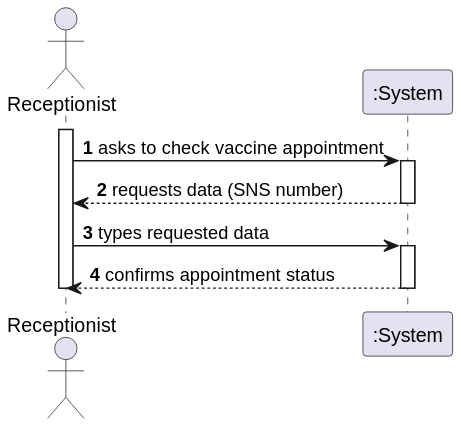
The PlantUML diagram docs/SprintC/US004/US004_SSD.svg in osnilas/SNSsystem, before a commit.
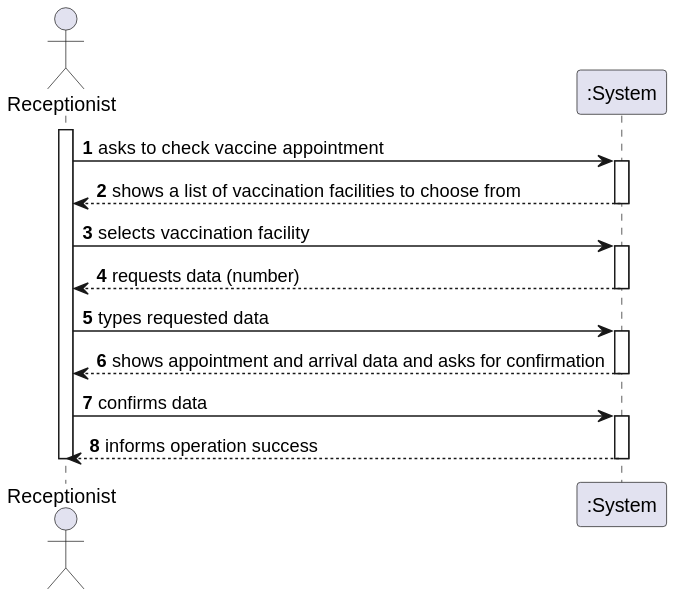
Above is the later version.

What changed in the source:
```diff
@@ -7,12 +7,22 @@
 
 res -> ":System" : asks to check vaccine appointment
 activate ":System"
-":System" --> res : requests data (SNS number)
+":System" --> res : shows a list of vaccination facilities to choose from
+deactivate ":System"
+
+res -> ":System" : selects vaccination facility
+activate ":System"
+":System" --> res : requests data (number)
 deactivate ":System"
 
 res -> ":System" : types requested data
 activate ":System"
-":System" --> res : confirms appointment status
+":System" --> res : shows appointment and arrival data and asks for confirmation
+deactivate ":System"
+
+res -> ":System" : confirms data
+activate ":System"
+":System" --> res : informs operation success
 deactivate ":System"
 
 
```
